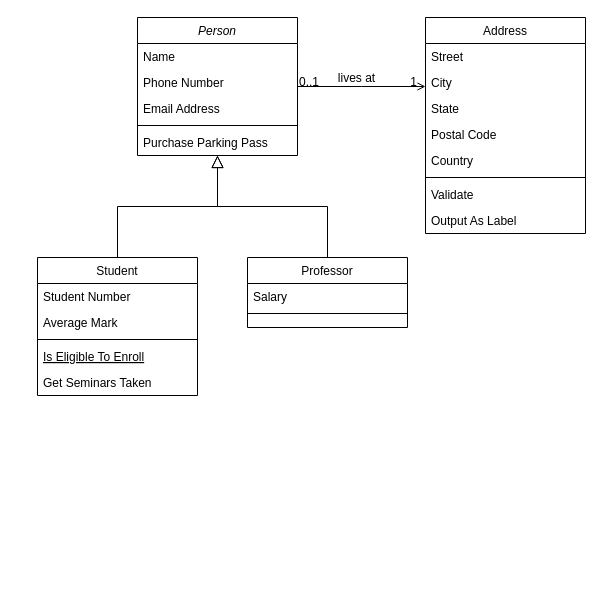
The draw.io diagram 未命名绘图.drawio in johnsonzhoux/UnitTest, before the edit. Source tidied: cells renumbered, new cells numbered last; positions are measured from the earlier drawing's top-left corner, leaving out a move shared by most shapes. Both pictures are drawn from the tidied source at 100%, with x=0, y=0 at pixel (37, 17).
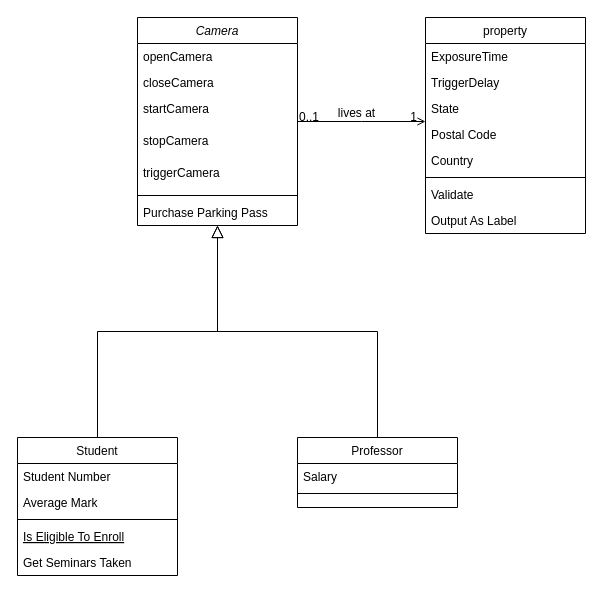
The same diagram, later.

Commit message:
更新未命名绘图.drawio

What changed in the source:
```diff
@@
-    <mxCell id="2" value="Person" style="swimlane;fontStyle=2;align=center;verticalAlign=top;horizontal=1;startSize=26;rounded=0;shadow=0;strokeWidth=1;" parent="1" vertex="1">
-      <mxGeometry x="100" width="160" height="138" as="geometry" />
+    <mxCell id="2" value="Camera" style="swimlane;fontStyle=2;align=center;verticalAlign=top;horizontal=1;startSize=26;rounded=0;shadow=0;strokeWidth=1;" parent="1" vertex="1">
+      <mxGeometry x="100" width="160" height="208" as="geometry" />
     </mxCell>
-    <mxCell id="3" value="Name" style="text;align=left;verticalAlign=top;spacingLeft=4;spacingRight=4;overflow=hidden;" parent="2" vertex="1">
+    <mxCell id="3" value="openCamera" style="text;align=left;verticalAlign=top;spacingLeft=4;spacingRight=4;overflow=hidden;" parent="2" vertex="1">
       <mxGeometry y="26" width="160" height="26" as="geometry" />
     </mxCell>
-    <mxCell id="4" value="Phone Number" style="text;align=left;verticalAlign=top;spacingLeft=4;spacingRight=4;overflow=hidden;rounded=0;shadow=0;html=0;" parent="2" vertex="1">
+    <mxCell id="4" value="closeCamera" style="text;align=left;verticalAlign=top;spacingLeft=4;spacingRight=4;overflow=hidden;rounded=0;shadow=0;html=0;" parent="2" vertex="1">
       <mxGeometry y="52" width="160" height="26" as="geometry" />
     </mxCell>
-    <mxCell id="5" value="Email Address" style="text;align=left;verticalAlign=top;spacingLeft=4;spacingRight=4;overflow=hidden;rounded=0;shadow=0;html=0;" parent="2" vertex="1">
-      <mxGeometry y="78" width="160" height="26" as="geometry" />
+    <mxCell id="5" value="startCamera&#10;&#10;&#10;" style="text;align=left;verticalAlign=top;spacingLeft=4;spacingRight=4;overflow=hidden;rounded=0;shadow=0;html=0;" parent="2" vertex="1">
+      <mxGeometry y="78" width="160" height="32" as="geometry" />
     </mxCell>
+    <mxCell id="32" value="stopCamera&#10;&#10;&#10;" style="text;align=left;verticalAlign=top;spacingLeft=4;spacingRight=4;overflow=hidden;rounded=0;shadow=0;html=0;" parent="2" vertex="1">
+      <mxGeometry y="110" width="160" height="32" as="geometry" />
+    </mxCell>
+    <mxCell id="33" value="triggerCamera&#10;&#10;&#10;" style="text;align=left;verticalAlign=top;spacingLeft=4;spacingRight=4;overflow=hidden;rounded=0;shadow=0;html=0;" parent="2" vertex="1">
+      <mxGeometry y="142" width="160" height="32" as="geometry" />
+    </mxCell>
     <mxCell id="6" style="line;html=1;strokeWidth=1;align=left;verticalAlign=middle;spacingTop=-1;spacingLeft=3;spacingRight=3;labelPosition=right;" parent="2" vertex="1">
-      <mxGeometry y="104" width="160" height="8" as="geometry" />
+      <mxGeometry y="174" width="160" height="8" as="geometry" />
     </mxCell>
     <mxCell id="7" value="Purchase Parking Pass" style="text;align=left;verticalAlign=top;spacingLeft=4;spacingRight=4;overflow=hidden;" parent="2" vertex="1">
-      <mxGeometry y="112" width="160" height="26" as="geometry" />
+      <mxGeometry y="182" width="160" height="26" as="geometry" />
     </mxCell>
     <mxCell id="8" value="Student" style="swimlane;fontStyle=0;align=center;verticalAlign=top;horizontal=1;startSize=26;rounded=0;shadow=0;strokeWidth=1;" parent="1" vertex="1">
-      <mxGeometry y="240" width="160" height="138" as="geometry" />
+      <mxGeometry x="-20" y="420" width="160" height="138" as="geometry" />
     </mxCell>
@@
     <mxCell id="15" value="Professor" style="swimlane;fontStyle=0;align=center;verticalAlign=top;horizontal=1;startSize=26;rounded=0;shadow=0;strokeWidth=1;" parent="1" vertex="1">
-      <mxGeometry x="210" y="240" width="160" height="70" as="geometry" />
+      <mxGeometry x="260" y="420" width="160" height="70" as="geometry" />
     </mxCell>
@@
-    <mxCell id="19" value="Address" style="swimlane;fontStyle=0;align=center;verticalAlign=top;horizontal=1;startSize=26;rounded=0;shadow=0;strokeWidth=1;" parent="1" vertex="1">
+    <mxCell id="19" value="property&#10;" style="swimlane;fontStyle=0;align=center;verticalAlign=top;horizontal=1;startSize=26;rounded=0;shadow=0;strokeWidth=1;" parent="1" vertex="1">
       <mxGeometry x="388" width="160" height="216" as="geometry" />
     </mxCell>
-    <mxCell id="20" value="Street" style="text;align=left;verticalAlign=top;spacingLeft=4;spacingRight=4;overflow=hidden;" parent="19" vertex="1">
+    <mxCell id="20" value="ExposureTime" style="text;align=left;verticalAlign=top;spacingLeft=4;spacingRight=4;overflow=hidden;" parent="19" vertex="1">
       <mxGeometry y="26" width="160" height="26" as="geometry" />
     </mxCell>
-    <mxCell id="21" value="City" style="text;align=left;verticalAlign=top;spacingLeft=4;spacingRight=4;overflow=hidden;rounded=0;shadow=0;html=0;" parent="19" vertex="1">
+    <mxCell id="21" value="TriggerDelay" style="text;align=left;verticalAlign=top;spacingLeft=4;spacingRight=4;overflow=hidden;rounded=0;shadow=0;html=0;" parent="19" vertex="1">
       <mxGeometry y="52" width="160" height="26" as="geometry" />
     </mxCell>
```
